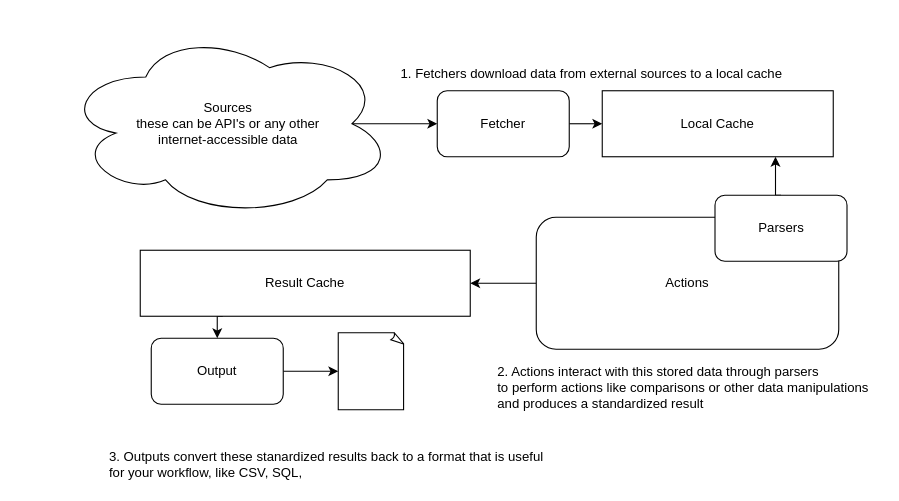
mazore/GeoCompare keeps this draw.io diagram as docs/GeoCompare.drawio. Above is the earlier version. Source tidied: cells renumbered, new cells numbered last; positions are measured from the earlier drawing's top-left corner, leaving out a move shared by most shapes. Both pictures are drawn from the tidied source at 110%, with x=0, y=0 at pixel (63, 30).
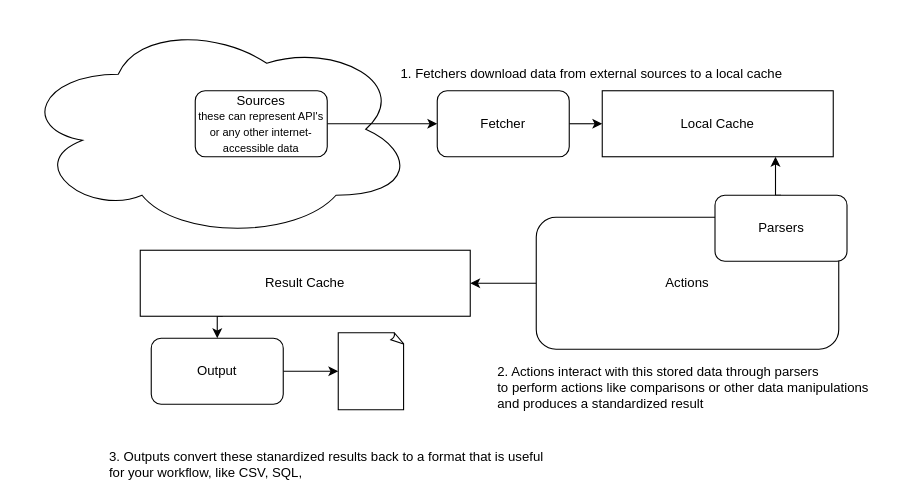
The same diagram, later.

Commit message:
tweak "cloud" and sources part of diagram to better represent that a source comes from the internet

The change refers to these unchanged cells:
```xml
<mxCell id="3" value="Fetcher" style="rounded=1;whiteSpace=wrap;html=1;" parent="1" vertex="1">
  <mxGeometry x="340" y="55" width="120" height="60" as="geometry" />
</mxCell>
```

Diff of the diagram source:
```diff
@@
-    <mxCell id="5" style="edgeStyle=orthogonalEdgeStyle;rounded=0;jettySize=auto;html=1;exitX=0.875;exitY=0.5;exitDx=0;exitDy=0;exitPerimeter=0;entryX=0;entryY=0.5;entryDx=0;entryDy=0;endArrow=classic;endFill=1;" parent="1" edge="1" source="6" target="3">
+    <mxCell id="5" style="edgeStyle=orthogonalEdgeStyle;rounded=0;jettySize=auto;html=1;exitX=1;exitY=0.5;exitDx=0;exitDy=0;entryX=0;entryY=0.5;entryDx=0;entryDy=0;endArrow=classic;endFill=1;" parent="1" edge="1" source="21" target="3">
       <mxGeometry relative="1" as="geometry" />
     </mxCell>
-    <mxCell id="6" value="Sources&lt;br&gt;these can be API's or any other&lt;br&gt;internet-accessible data" style="ellipse;shape=cloud;whiteSpace=wrap;html=1;" parent="1" vertex="1">
-      <mxGeometry width="300" height="170" as="geometry" />
-    </mxCell>
@@
+    <mxCell id="20" style="ellipse;shape=cloud;whiteSpace=wrap;html=1;fillColor=none;" parent="1" vertex="1">
+      <mxGeometry x="-40" y="-10" width="360" height="200" as="geometry" />
+    </mxCell>
+    <mxCell id="21" value="Sources&lt;br&gt;&lt;font style=&quot;font-size: 10px&quot;&gt;these can represent API's or any other&amp;nbsp;internet-accessible data&lt;/font&gt;" style="rounded=1;whiteSpace=wrap;html=1;" parent="1" vertex="1">
+      <mxGeometry x="120" y="55" width="120" height="60" as="geometry" />
+    </mxCell>
```
